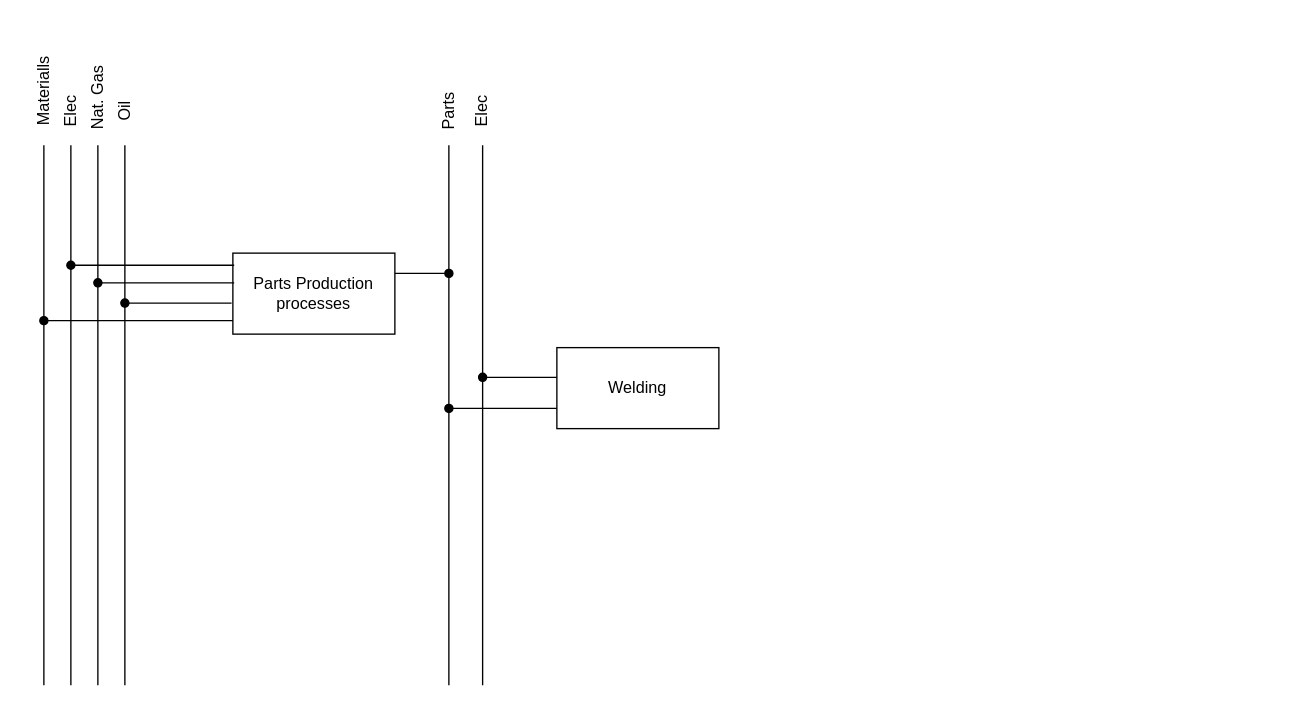
Above: Automobile(IAT).drawio.xml in anik-ier/TAM_Industry_RES (draw.io), before the change. Source tidied: cells renumbered, new cells numbered last; positions are measured from the earlier drawing's top-left corner, leaving out a move shared by most shapes. Both pictures are drawn from the tidied source at 135%, with x=0, y=0 at pixel (3, 70).
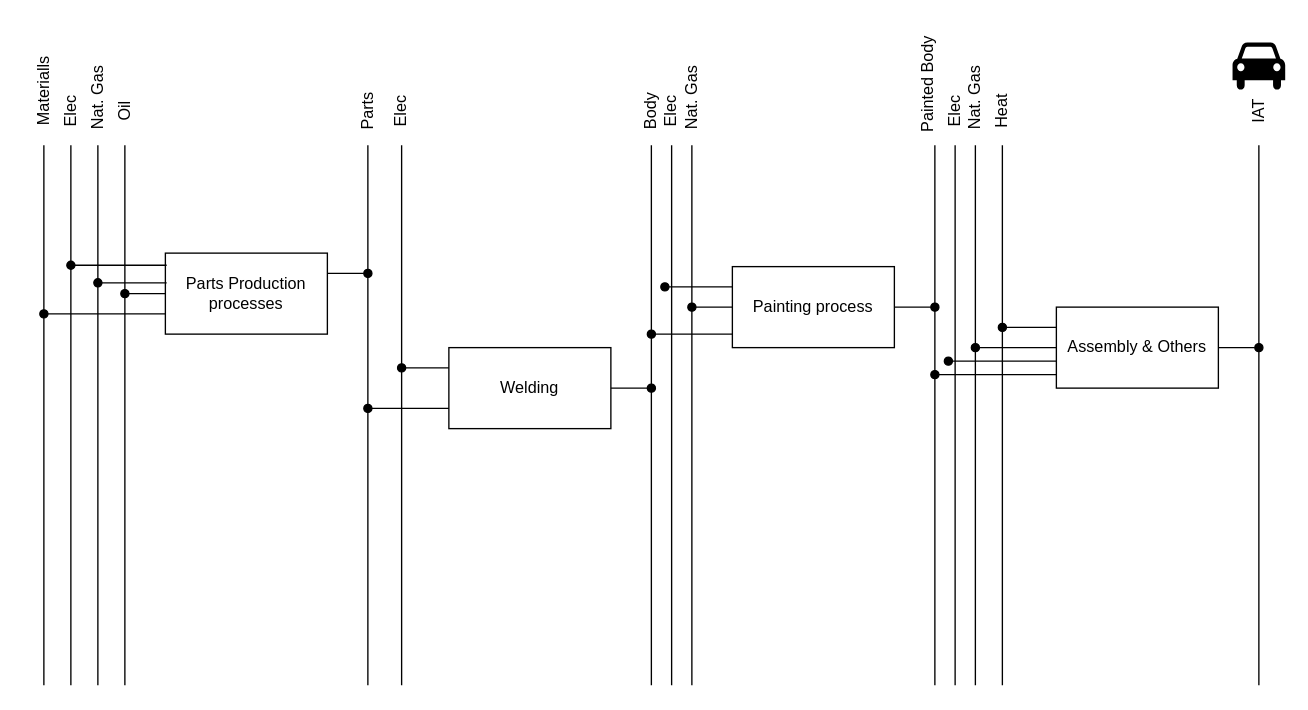
The same page after the edit.

Diff of the diagram source:
```diff
@@
     <mxCell id="6" value="Parts Production processes" style="rounded=0;whiteSpace=wrap;html=1;" parent="1" vertex="1">
-      <mxGeometry x="170" y="135" width="120" height="60" as="geometry" />
+      <mxGeometry x="120" y="135" width="120" height="60" as="geometry" />
     </mxCell>
@@
-    <mxCell id="9" style="endArrow=oval;html=1;rounded=0;endFill=1;exitX=-0.008;exitY=0.617;exitDx=0;exitDy=0;exitPerimeter=0;" parent="1" edge="1" source="6">
+    <mxCell id="9" style="endArrow=oval;html=1;rounded=0;endFill=1;exitX=0;exitY=0.5;exitDx=0;exitDy=0;exitPerimeter=0;" parent="1" edge="1" source="6">
       <mxGeometry relative="1" as="geometry">
-        <mxPoint x="90" y="172" as="targetPoint" />
+        <mxPoint x="90" y="165" as="targetPoint" />
       </mxGeometry>
     </mxCell>
     <mxCell id="10" style="endArrow=none;html=1;rounded=0;" parent="1" edge="1">
       <mxGeometry relative="1" as="geometry">
-        <mxPoint x="330" y="455" as="sourcePoint" />
-        <mxPoint x="330" y="55" as="targetPoint" />
+        <mxPoint x="270" y="455" as="sourcePoint" />
+        <mxPoint x="270" y="55" as="targetPoint" />
       </mxGeometry>
     </mxCell>
     <mxCell id="11" style="endArrow=oval;html=1;rounded=0;exitX=1;exitY=0.25;exitDx=0;exitDy=0;endFill=1;" parent="1" edge="1" source="6">
       <mxGeometry relative="1" as="geometry">
-        <mxPoint x="330" y="150" as="targetPoint" />
+        <mxPoint x="270" y="150" as="targetPoint" />
       </mxGeometry>
     </mxCell>
     <mxCell id="12" value="Parts" style="text;html=1;strokeColor=none;fillColor=none;align=center;verticalAlign=middle;whiteSpace=wrap;rounded=0;rotation=270;" parent="1" vertex="1">
-      <mxGeometry x="300" y="15" width="60" height="30" as="geometry" />
+      <mxGeometry x="240" y="15" width="60" height="30" as="geometry" />
     </mxCell>
@@
     <mxCell id="16" style="group;" parent="1" vertex="1">
-      <mxGeometry x="340" width="30" height="455" as="geometry" />
+      <mxGeometry x="280" width="30" height="455" as="geometry" />
     </mxCell>
@@
     <mxCell id="19" value="Welding" style="rounded=0;whiteSpace=wrap;html=1;" parent="1" vertex="1">
-      <mxGeometry x="410" y="205" width="120" height="60" as="geometry" />
+      <mxGeometry x="330" y="205" width="120" height="60" as="geometry" />
     </mxCell>
     <mxCell id="20" style="endArrow=oval;html=1;rounded=0;exitX=0;exitY=0.75;exitDx=0;exitDy=0;endFill=1;" parent="1" edge="1" source="19">
       <mxGeometry relative="1" as="geometry">
-        <mxPoint x="330" y="250" as="targetPoint" />
+        <mxPoint x="270" y="250" as="targetPoint" />
       </mxGeometry>
     </mxCell>
-    <mxCell id="21" style="endArrow=oval;html=1;rounded=0;endFill=1;" parent="1" edge="1">
-      <mxGeometry relative="1" as="geometry">
-        <mxPoint x="410" y="227" as="sourcePoint" />
-        <mxPoint x="355" y="227" as="targetPoint" />
-      </mxGeometry>
-    </mxCell>
@@
-    <mxCell id="24" style="endArrow=oval;html=1;rounded=0;endFill=1;" parent="1" edge="1">
+    <mxCell id="24" style="endArrow=oval;html=1;rounded=0;endFill=1;exitX=0;exitY=0.75;exitDx=0;exitDy=0;" parent="1" edge="1" source="6">
       <mxGeometry relative="1" as="geometry">
-        <mxPoint x="170" y="185" as="sourcePoint" />
-        <mxPoint x="30" y="185" as="targetPoint" />
+        <mxPoint x="30" y="180" as="targetPoint" />
       </mxGeometry>
     </mxCell>
+    <mxCell id="25" style="endArrow=none;html=1;rounded=0;" parent="1" edge="1">
+      <mxGeometry relative="1" as="geometry">
+        <mxPoint x="480" y="455" as="sourcePoint" />
+        <mxPoint x="480" y="55" as="targetPoint" />
+      </mxGeometry>
+    </mxCell>
+    <mxCell id="26" style="group;" parent="1" vertex="1">
+      <mxGeometry x="690" width="105" height="455" as="geometry" />
+    </mxCell>
+    <mxCell id="27" style="endArrow=none;html=1;rounded=0;" parent="26" edge="1">
+      <mxGeometry relative="1" as="geometry">
+        <mxPoint x="15" y="455" as="sourcePoint" />
+        <mxPoint x="15" y="55" as="targetPoint" />
+      </mxGeometry>
+    </mxCell>
+    <mxCell id="28" value="Elec" style="text;html=1;strokeColor=none;fillColor=none;align=center;verticalAlign=middle;whiteSpace=wrap;rounded=0;rotation=270;" parent="26" vertex="1">
+      <mxGeometry x="-15" y="15" width="60" height="30" as="geometry" />
+    </mxCell>
+    <mxCell id="29" value="Nat. Gas" style="text;html=1;strokeColor=none;fillColor=none;align=center;verticalAlign=middle;whiteSpace=wrap;rounded=0;rotation=270;" parent="26" vertex="1">
+      <mxGeometry y="5" width="60" height="30" as="geometry" />
+    </mxCell>
+    <mxCell id="30" style="endArrow=none;html=1;rounded=0;" parent="26" edge="1">
+      <mxGeometry relative="1" as="geometry">
+        <mxPoint x="30" y="455" as="sourcePoint" />
+        <mxPoint x="30" y="55" as="targetPoint" />
+      </mxGeometry>
+    </mxCell>
+    <mxCell id="31" value="Heat" style="text;html=1;strokeColor=none;fillColor=none;align=center;verticalAlign=middle;whiteSpace=wrap;rounded=0;rotation=270;" parent="26" vertex="1">
+      <mxGeometry x="20" y="15" width="60" height="30" as="geometry" />
+    </mxCell>
+    <mxCell id="32" style="endArrow=oval;html=1;rounded=0;endSize=6;endFill=1;" parent="26" edge="1">
+      <mxGeometry relative="1" as="geometry">
+        <mxPoint x="90" y="215" as="sourcePoint" />
+        <mxPoint x="10" y="215" as="targetPoint" />
+      </mxGeometry>
+    </mxCell>
+    <mxCell id="33" value="Body" style="text;html=1;strokeColor=none;fillColor=none;align=center;verticalAlign=middle;whiteSpace=wrap;rounded=0;rotation=270;" parent="1" vertex="1">
+      <mxGeometry x="450" y="15" width="60" height="30" as="geometry" />
+    </mxCell>
+    <mxCell id="34" style="endArrow=oval;html=1;rounded=0;endSize=6;exitX=0;exitY=0.25;exitDx=0;exitDy=0;endFill=1;" parent="1" edge="1" source="19">
+      <mxGeometry relative="1" as="geometry">
+        <mxPoint x="295" y="220" as="targetPoint" />
+      </mxGeometry>
+    </mxCell>
+    <mxCell id="35" style="endArrow=oval;html=1;rounded=0;endSize=6;exitX=1;exitY=0.5;exitDx=0;exitDy=0;endFill=1;" parent="1" edge="1" source="19">
+      <mxGeometry relative="1" as="geometry">
+        <mxPoint x="480" y="235" as="targetPoint" />
+      </mxGeometry>
+    </mxCell>
+    <mxCell id="36" value="Painting process" style="rounded=0;whiteSpace=wrap;html=1;" parent="1" vertex="1">
+      <mxGeometry x="540" y="145" width="120" height="60" as="geometry" />
+    </mxCell>
+    <mxCell id="37" style="endArrow=none;html=1;rounded=0;endSize=6;" parent="1" edge="1">
+      <mxGeometry relative="1" as="geometry">
+        <mxPoint x="690" y="455" as="sourcePoint" />
+        <mxPoint x="690" y="55" as="targetPoint" />
+      </mxGeometry>
+    </mxCell>
+    <mxCell id="38" style="group;" parent="1" vertex="1">
+      <mxGeometry x="480" width="60" height="455" as="geometry" />
+    </mxCell>
+    <mxCell id="39" style="endArrow=none;html=1;rounded=0;" parent="38" edge="1">
+      <mxGeometry relative="1" as="geometry">
+        <mxPoint x="15" y="455" as="sourcePoint" />
+        <mxPoint x="15" y="55" as="targetPoint" />
+      </mxGeometry>
+    </mxCell>
+    <mxCell id="40" value="Elec" style="text;html=1;strokeColor=none;fillColor=none;align=center;verticalAlign=middle;whiteSpace=wrap;rounded=0;rotation=270;" parent="38" vertex="1">
+      <mxGeometry x="-15" y="15" width="60" height="30" as="geometry" />
+    </mxCell>
+    <mxCell id="41" value="Nat. Gas" style="text;html=1;strokeColor=none;fillColor=none;align=center;verticalAlign=middle;whiteSpace=wrap;rounded=0;rotation=270;" parent="38" vertex="1">
+      <mxGeometry y="5" width="60" height="30" as="geometry" />
+    </mxCell>
+    <mxCell id="42" style="endArrow=none;html=1;rounded=0;" parent="38" edge="1">
+      <mxGeometry relative="1" as="geometry">
+        <mxPoint x="30" y="455" as="sourcePoint" />
+        <mxPoint x="30" y="55" as="targetPoint" />
+      </mxGeometry>
+    </mxCell>
+    <mxCell id="43" value="Assembly &amp;amp; Others" style="rounded=0;whiteSpace=wrap;html=1;" parent="1" vertex="1">
+      <mxGeometry x="780" y="175" width="120" height="60" as="geometry" />
+    </mxCell>
+    <mxCell id="44" style="endArrow=none;html=1;rounded=0;endSize=6;" parent="1" edge="1">
+      <mxGeometry relative="1" as="geometry">
+        <mxPoint x="930" y="55" as="sourcePoint" />
+        <mxPoint x="930" y="455" as="targetPoint" />
+      </mxGeometry>
+    </mxCell>
+    <mxCell id="45" style="endArrow=none;html=1;rounded=0;endSize=6;" parent="1" edge="1">
+      <mxGeometry relative="1" as="geometry">
+        <mxPoint x="740" y="455" as="sourcePoint" />
+        <mxPoint x="740" y="55" as="targetPoint" />
+      </mxGeometry>
+    </mxCell>
+    <mxCell id="46" value="Painted Body" style="text;html=1;strokeColor=none;fillColor=none;align=center;verticalAlign=middle;whiteSpace=wrap;rounded=0;rotation=270;" parent="1" vertex="1">
+      <mxGeometry x="640" y="-5" width="90" height="30" as="geometry" />
+    </mxCell>
+    <mxCell id="47" value="IAT" style="text;html=1;strokeColor=none;fillColor=none;align=center;verticalAlign=middle;whiteSpace=wrap;rounded=0;rotation=270;" parent="1" vertex="1">
+      <mxGeometry x="900" y="15" width="60" height="30" as="geometry" />
+    </mxCell>
+    <mxCell id="48" style="shape=mxgraph.signs.transportation.car_4;html=1;fillColor=#000000;strokeColor=none;verticalLabelPosition=bottom;verticalAlign=top;align=center;" parent="1" vertex="1">
+      <mxGeometry x="910.5" y="-21" width="39" height="36" as="geometry" />
+    </mxCell>
+    <mxCell id="49" style="endArrow=oval;html=1;rounded=0;endSize=6;exitX=0;exitY=0.25;exitDx=0;exitDy=0;endFill=1;" parent="1" edge="1" source="36">
+      <mxGeometry relative="1" as="geometry">
+        <mxPoint x="490" y="160" as="targetPoint" />
+      </mxGeometry>
+    </mxCell>
+    <mxCell id="50" style="endArrow=oval;html=1;rounded=0;endSize=6;endFill=1;" parent="1" edge="1">
+      <mxGeometry relative="1" as="geometry">
+        <mxPoint x="540" y="175" as="sourcePoint" />
+        <mxPoint x="510" y="175" as="targetPoint" />
+      </mxGeometry>
+    </mxCell>
+    <mxCell id="51" style="endArrow=oval;html=1;rounded=0;endSize=6;endFill=1;" parent="1" edge="1">
+      <mxGeometry relative="1" as="geometry">
+        <mxPoint x="540" y="195" as="sourcePoint" />
+        <mxPoint x="480" y="195" as="targetPoint" />
+      </mxGeometry>
+    </mxCell>
+    <mxCell id="52" style="endArrow=oval;html=1;rounded=0;endSize=6;exitX=1;exitY=0.5;exitDx=0;exitDy=0;endFill=1;" parent="1" edge="1" source="36">
+      <mxGeometry relative="1" as="geometry">
+        <mxPoint x="690" y="175" as="targetPoint" />
+      </mxGeometry>
+    </mxCell>
+    <mxCell id="53" style="endArrow=oval;html=1;rounded=0;endSize=6;endFill=1;" parent="1" edge="1">
+      <mxGeometry relative="1" as="geometry">
+        <mxPoint x="780" y="225" as="sourcePoint" />
+        <mxPoint x="690" y="225" as="targetPoint" />
+      </mxGeometry>
+    </mxCell>
+    <mxCell id="54" style="endArrow=oval;html=1;rounded=0;endSize=6;exitX=0;exitY=0.5;exitDx=0;exitDy=0;endFill=1;" parent="1" edge="1" source="43">
+      <mxGeometry relative="1" as="geometry">
+        <mxPoint x="720" y="205" as="targetPoint" />
+        <Array as="points">
+          <mxPoint x="750" y="205" />
+        </Array>
+      </mxGeometry>
+    </mxCell>
+    <mxCell id="55" style="endArrow=oval;html=1;rounded=0;endSize=6;exitX=0;exitY=0.25;exitDx=0;exitDy=0;endFill=1;" parent="1" edge="1" source="43">
+      <mxGeometry relative="1" as="geometry">
+        <mxPoint x="740" y="190" as="targetPoint" />
+      </mxGeometry>
+    </mxCell>
+    <mxCell id="56" style="endArrow=oval;html=1;rounded=0;endSize=6;entryX=1;entryY=0.5;entryDx=0;entryDy=0;exitX=1;exitY=0.5;exitDx=0;exitDy=0;endFill=1;" parent="1" edge="1" source="43">
+      <mxGeometry relative="1" as="geometry">
+        <mxPoint x="930" y="205" as="targetPoint" />
+      </mxGeometry>
+    </mxCell>
```
